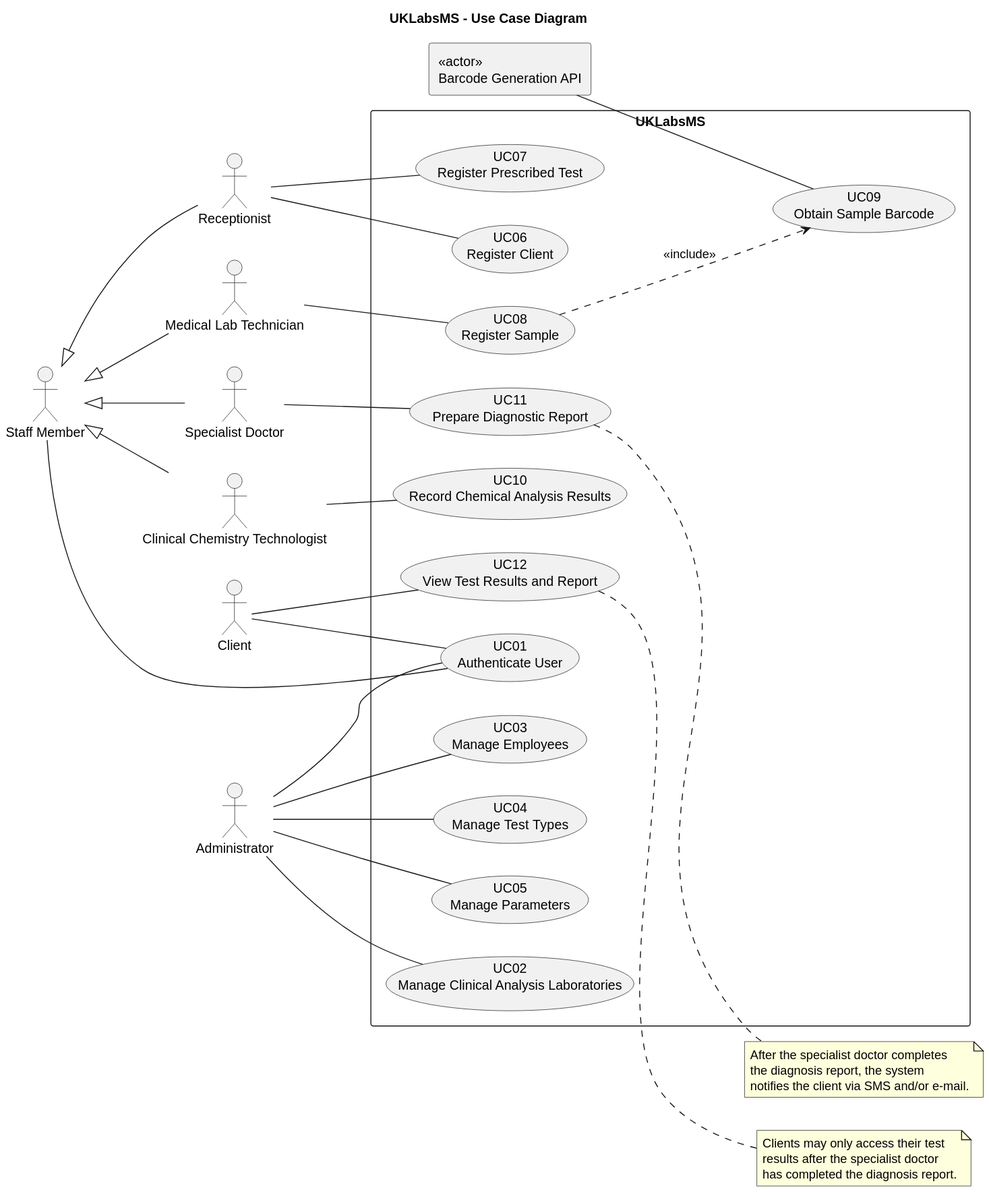
jmaia574/leti-esoft-26-27-B6 keeps this PlantUML diagram as docs/system-documentation/global-artifacts/svg/UCD.svg. Above is the earlier version.
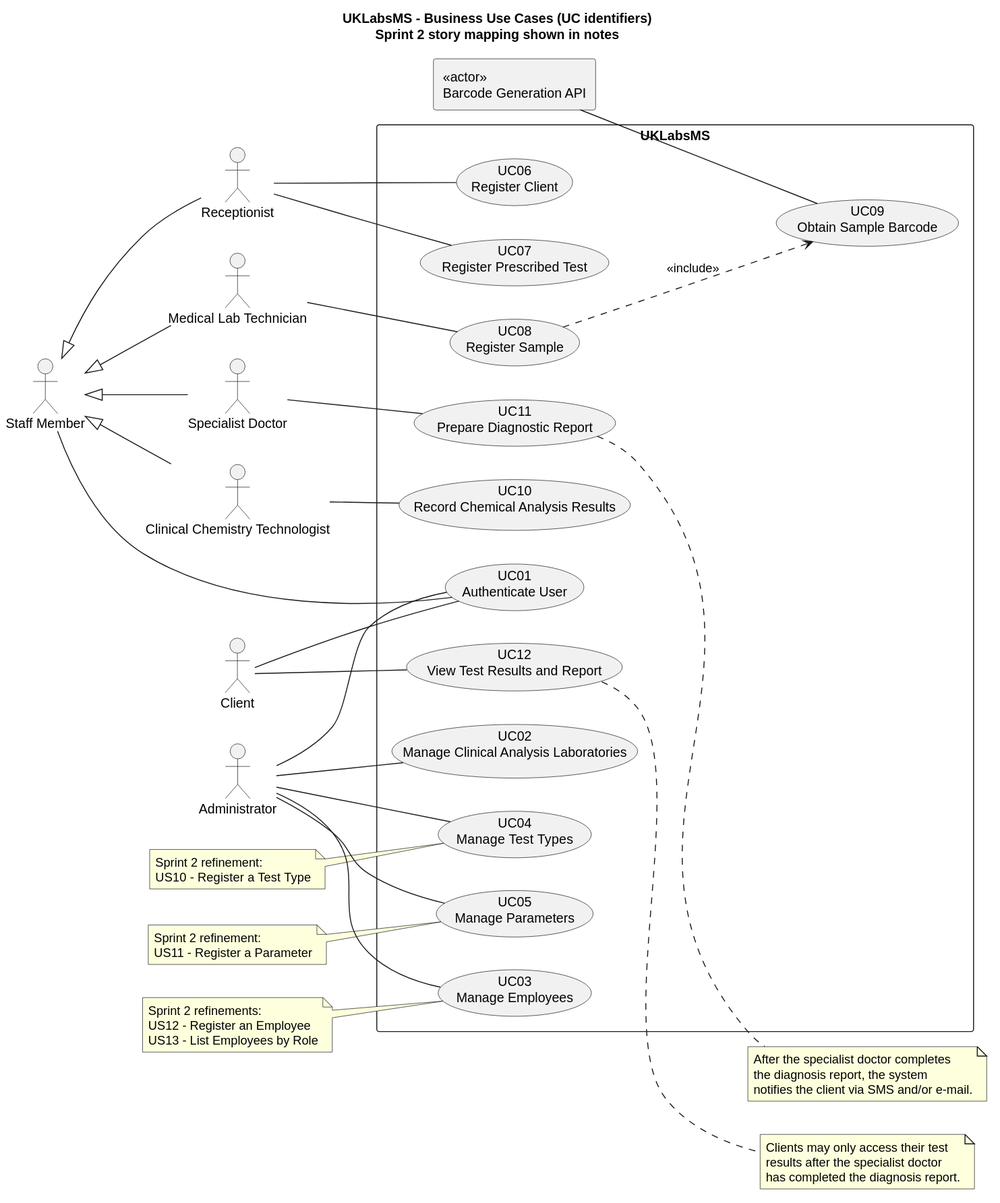
Above is the later version.

The edit, as a diff of the source:
```diff
@@ -1,5 +1,5 @@
 @startuml
-title UKLabsMS - Use Case Diagram
+title UKLabsMS - Business Use Cases (UC identifiers)\nSprint 2 story mapping shown in notes
 
 left to right direction
 
@@ -48,6 +48,22 @@
 Staff <|-- CCT
 Staff <|-- Doctor
 
+note left of UC_Employees
+  Sprint 2 refinements:
+  US12 - Register an Employee
+  US13 - List Employees by Role
+end note
+
+note left of UC_TestTypes
+  Sprint 2 refinement:
+  US10 - Register a Test Type
+end note
+
+note left of UC_Parameters
+  Sprint 2 refinement:
+  US11 - Register a Parameter
+end note
+
 note right of UC_WriteDiagnosis
   After the specialist doctor completes
   the diagnosis report, the system
```
